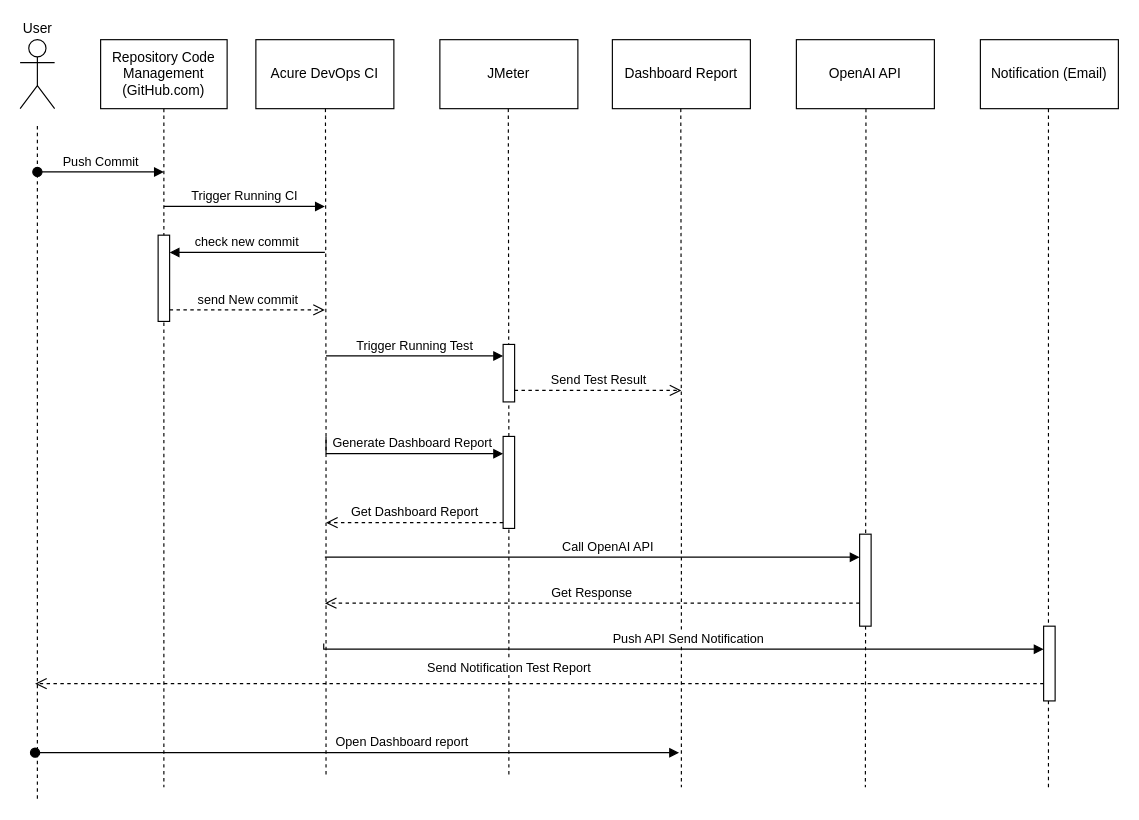
apencoreply/FunctionFiDel keeps this draw.io diagram as Untitled Diagram.drawio. Above is the earlier version. Source tidied: cells renumbered, new cells numbered last; positions are measured from the earlier drawing's top-left corner, leaving out a move shared by most shapes. Both pictures are drawn from the tidied source at 115%, with x=0, y=0 at pixel (20, 39).
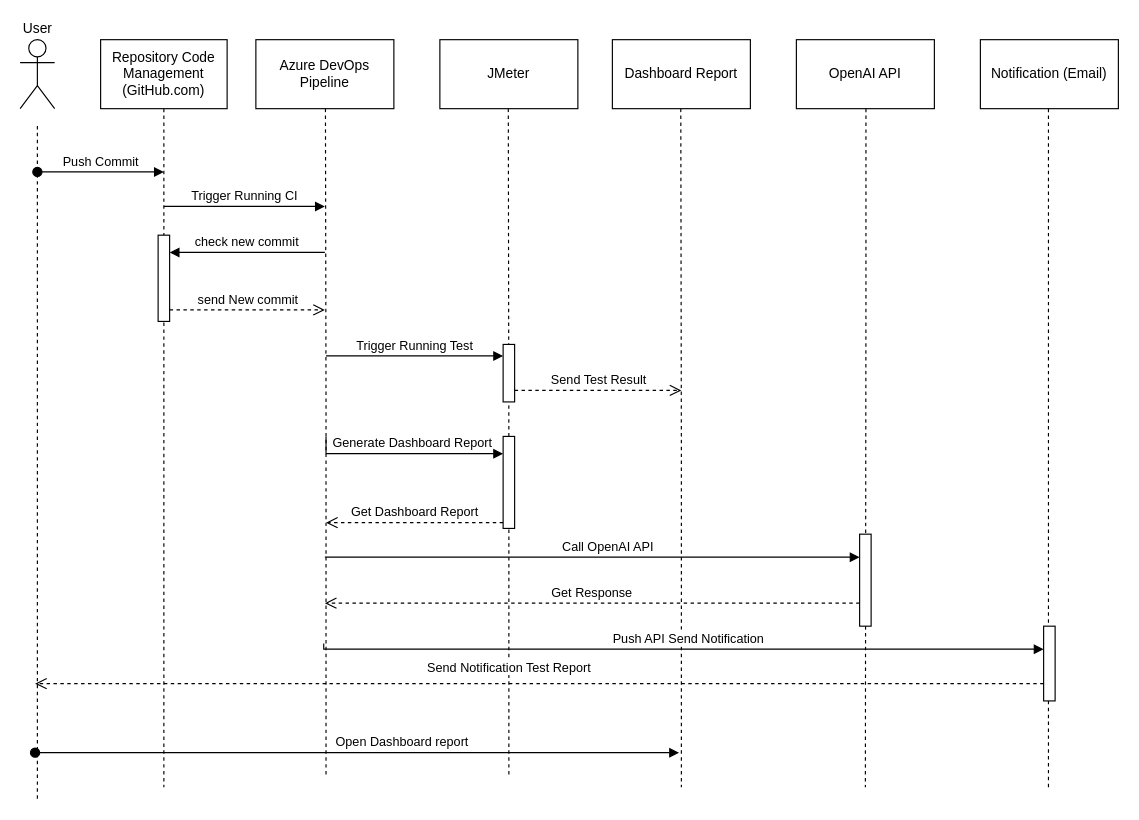
Above is the later version.

What changed in the source:
```diff
@@
-    <mxCell id="5" value="Acure DevOps CI" style="whiteSpace=wrap;html=1;" parent="1" vertex="1">
+    <mxCell id="5" value="Azure DevOps Pipeline" style="whiteSpace=wrap;html=1;" parent="1" vertex="1">
       <mxGeometry x="205" width="120" height="60" as="geometry" />
     </mxCell>
```
